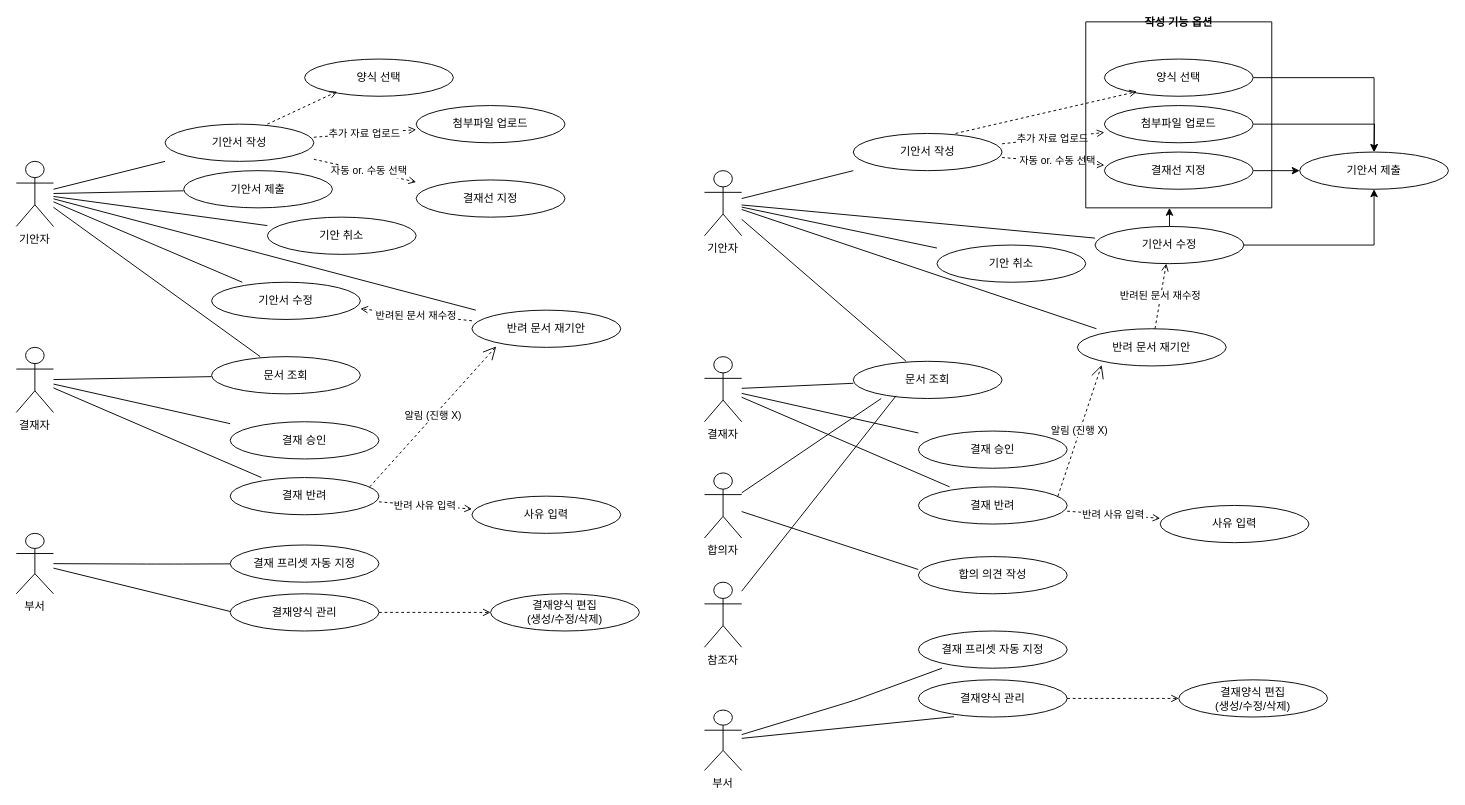
kikii-develope/system_architecture_design keeps this draw.io diagram as approval_useCase.drawio.xml. Above is the earlier version. Source tidied: cells renumbered, new cells numbered last; positions are measured from the earlier drawing's top-left corner, leaving out a move shared by most shapes. Both pictures are drawn from the tidied source at 93%, with x=0, y=0 at pixel (16, 21).
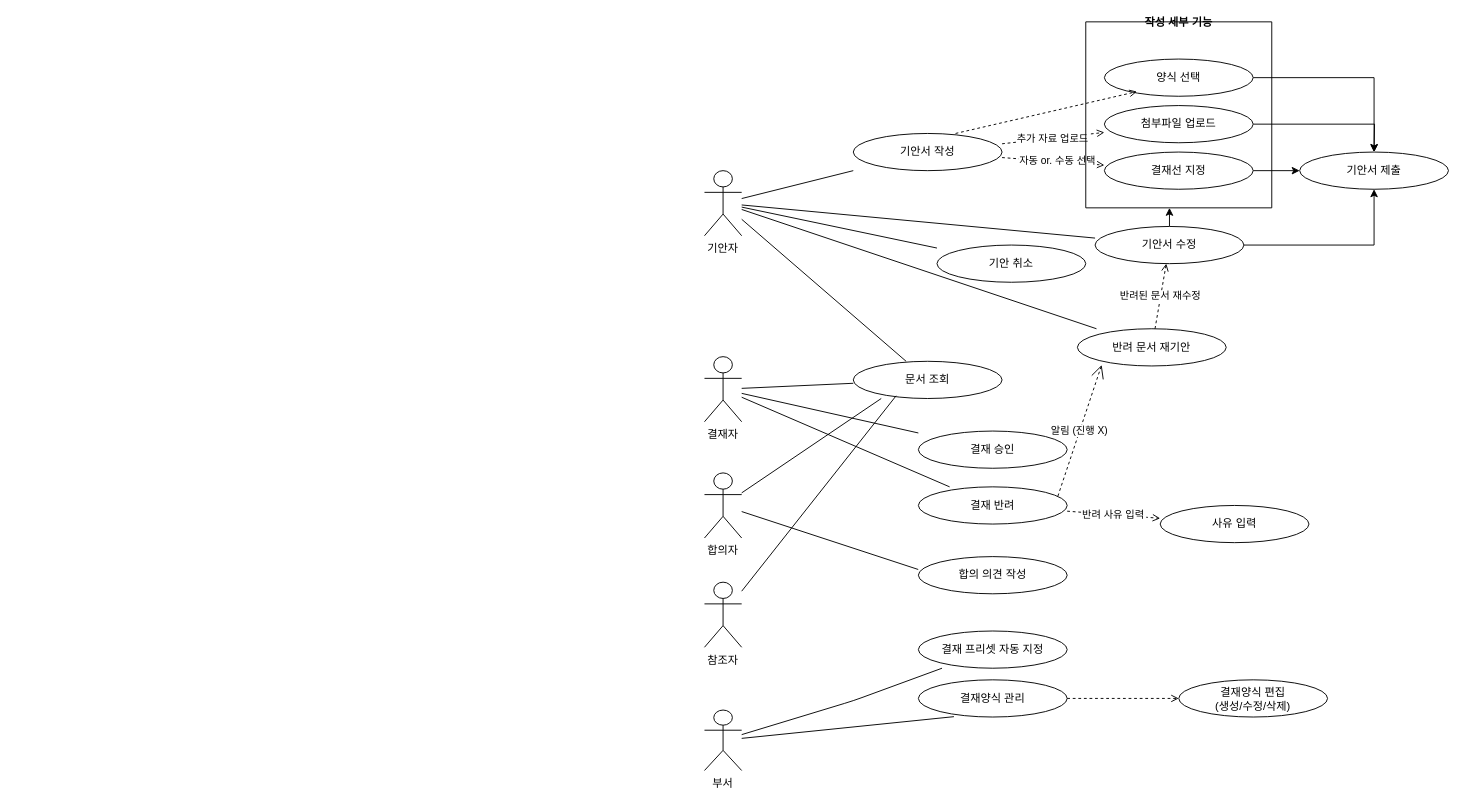
Above is the later version.

Commit message:
컨펌 후 픽스

Diff of the diagram source:
```diff
@@
-    <mxCell id="2" value="기안자" style="shape=umlActor;verticalLabelPosition=bottom;verticalAlign=top;" parent="1" vertex="1">
-      <mxGeometry y="150" width="40" height="70" as="geometry" />
-    </mxCell>
-    <mxCell id="3" value="결재자" style="shape=umlActor;verticalLabelPosition=bottom;verticalAlign=top;" parent="1" vertex="1">
-      <mxGeometry y="350" width="40" height="70" as="geometry" />
-    </mxCell>
-    <mxCell id="4" value="부서" style="shape=umlActor;verticalLabelPosition=bottom;verticalAlign=top;" parent="1" vertex="1">
-      <mxGeometry y="550" width="40" height="65" as="geometry" />
-    </mxCell>
-    <mxCell id="5" value="기안서 작성" style="shape=ellipse;whiteSpace=wrap;html=1;" parent="1" vertex="1">
-      <mxGeometry x="160" y="110" width="160" height="40" as="geometry" />
-    </mxCell>
-    <mxCell id="6" value="첨부파일 업로드" style="shape=ellipse;whiteSpace=wrap;html=1;" parent="1" vertex="1">
-      <mxGeometry x="430" y="90" width="160" height="40" as="geometry" />
-    </mxCell>
-    <mxCell id="7" value="결재선 지정" style="shape=ellipse;whiteSpace=wrap;html=1;" parent="1" vertex="1">
-      <mxGeometry x="430" y="170" width="160" height="40" as="geometry" />
-    </mxCell>
-    <mxCell id="8" value="기안서 제출" style="shape=ellipse;whiteSpace=wrap;html=1;" parent="1" vertex="1">
-      <mxGeometry x="180" y="160" width="160" height="40" as="geometry" />
-    </mxCell>
-    <mxCell id="9" value="문서 조회" style="shape=ellipse;whiteSpace=wrap;html=1;" parent="1" vertex="1">
-      <mxGeometry x="210" y="360" width="160" height="40" as="geometry" />
-    </mxCell>
-    <mxCell id="10" value="기안 취소" style="shape=ellipse;whiteSpace=wrap;html=1;" parent="1" vertex="1">
-      <mxGeometry x="270" y="210" width="160" height="40" as="geometry" />
-    </mxCell>
-    <mxCell id="11" value="기안서 수정" style="shape=ellipse;whiteSpace=wrap;html=1;" parent="1" vertex="1">
-      <mxGeometry x="210" y="280" width="160" height="40" as="geometry" />
-    </mxCell>
-    <mxCell id="12" value="반려 문서 재기안" style="shape=ellipse;whiteSpace=wrap;html=1;" parent="1" vertex="1">
-      <mxGeometry x="490" y="310" width="160" height="40" as="geometry" />
-    </mxCell>
-    <mxCell id="13" value="결재 승인" style="shape=ellipse;whiteSpace=wrap;html=1;" parent="1" vertex="1">
-      <mxGeometry x="230" y="430" width="160" height="40" as="geometry" />
-    </mxCell>
-    <mxCell id="14" value="결재 반려" style="shape=ellipse;whiteSpace=wrap;html=1;" parent="1" vertex="1">
-      <mxGeometry x="230" y="490" width="160" height="40" as="geometry" />
-    </mxCell>
-    <mxCell id="15" value="사유 입력" style="shape=ellipse;whiteSpace=wrap;html=1;" parent="1" vertex="1">
-      <mxGeometry x="490" y="510" width="160" height="40" as="geometry" />
-    </mxCell>
-    <mxCell id="16" value="결재 프리셋 자동 지정" style="shape=ellipse;whiteSpace=wrap;html=1;" parent="1" vertex="1">
-      <mxGeometry x="230" y="562.5" width="160" height="40" as="geometry" />
-    </mxCell>
-    <mxCell id="17" style="endArrow=none;" parent="1" edge="1" source="2" target="5">
-      <mxGeometry relative="1" as="geometry" />
-    </mxCell>
-    <mxCell id="18" style="endArrow=none;" parent="1" edge="1" source="2" target="8">
-      <mxGeometry relative="1" as="geometry" />
-    </mxCell>
-    <mxCell id="19" style="endArrow=none;" parent="1" edge="1" source="2" target="9">
-      <mxGeometry relative="1" as="geometry" />
-    </mxCell>
-    <mxCell id="20" style="endArrow=none;" parent="1" edge="1" source="2" target="10">
-      <mxGeometry relative="1" as="geometry" />
-    </mxCell>
-    <mxCell id="21" style="endArrow=none;" parent="1" edge="1" source="2" target="11">
-      <mxGeometry relative="1" as="geometry" />
-    </mxCell>
-    <mxCell id="22" style="endArrow=none;" parent="1" edge="1" source="2" target="12">
-      <mxGeometry relative="1" as="geometry" />
-    </mxCell>
-    <mxCell id="23" style="endArrow=none;" parent="1" edge="1" source="3" target="13">
-      <mxGeometry relative="1" as="geometry" />
-    </mxCell>
-    <mxCell id="24" style="endArrow=none;" parent="1" edge="1" source="3" target="14">
-      <mxGeometry relative="1" as="geometry" />
-    </mxCell>
-    <mxCell id="25" style="endArrow=none;" parent="1" edge="1" source="3" target="9">
-      <mxGeometry relative="1" as="geometry" />
-    </mxCell>
-    <mxCell id="26" style="endArrow=none;" parent="1" edge="1" source="4" target="16">
-      <mxGeometry relative="1" as="geometry">
-        <Array as="points">
-          <mxPoint x="140" y="583" />
-          <mxPoint x="180" y="583" />
-        </Array>
-      </mxGeometry>
-    </mxCell>
-    <mxCell id="27" value="추가 자료 업로드" style="dashed=1;endArrow=open;" parent="1" edge="1" source="5" target="6">
-      <mxGeometry relative="1" as="geometry" />
-    </mxCell>
-    <mxCell id="28" value="자동 or. 수동 선택" style="dashed=1;endArrow=open;" parent="1" edge="1" source="5" target="7">
-      <mxGeometry x="0.09" y="1" relative="1" as="geometry" />
-    </mxCell>
-    <mxCell id="29" value="반려 사유 입력" style="dashed=1;endArrow=open;" parent="1" edge="1" source="14" target="15">
-      <mxGeometry relative="1" as="geometry" />
-    </mxCell>
-    <mxCell id="30" value="반려된 문서 재수정" style="dashed=1;endArrow=open;" parent="1" edge="1" source="12" target="11">
-      <mxGeometry relative="1" as="geometry" />
-    </mxCell>
-    <mxCell id="31" value="알림 (진행 X)" style="endArrow=open;endSize=12;dashed=1;html=1;rounded=0;entryX=0.163;entryY=0.975;entryDx=0;entryDy=0;entryPerimeter=0;" parent="1" edge="1" target="12">
-      <mxGeometry relative="1" as="geometry">
-        <mxPoint x="380" y="500" as="sourcePoint" />
-      </mxGeometry>
-    </mxCell>
-    <mxCell id="32" value="양식 선택" style="shape=ellipse;whiteSpace=wrap;html=1;" parent="1" vertex="1">
-      <mxGeometry x="310" y="40" width="160" height="40" as="geometry" />
-    </mxCell>
-    <mxCell id="33" style="dashed=1;endArrow=open;entryX=0.219;entryY=0.875;entryDx=0;entryDy=0;entryPerimeter=0;" parent="1" edge="1" target="32">
-      <mxGeometry relative="1" as="geometry">
-        <mxPoint x="270" y="110" as="sourcePoint" />
-      </mxGeometry>
-    </mxCell>
-    <mxCell id="34" value="결재양식 관리" style="shape=ellipse;whiteSpace=wrap;html=1;" parent="1" vertex="1">
-      <mxGeometry x="230" y="615" width="160" height="40" as="geometry" />
-    </mxCell>
-    <mxCell id="35" value="결재양식 편집&lt;br&gt;(생성/수정/삭제)" style="shape=ellipse;whiteSpace=wrap;html=1;" parent="1" vertex="1">
-      <mxGeometry x="510" y="615" width="160" height="40" as="geometry" />
-    </mxCell>
-    <mxCell id="36" style="dashed=1;endArrow=open;entryX=0;entryY=0.5;entryDx=0;entryDy=0;exitX=1;exitY=0.5;exitDx=0;exitDy=0;" parent="1" edge="1" source="34" target="35">
-      <mxGeometry relative="1" as="geometry" />
-    </mxCell>
-    <mxCell id="37" style="endArrow=none;" parent="1" edge="1" source="4">
-      <mxGeometry relative="1" as="geometry">
-        <mxPoint x="230" y="634" as="targetPoint" />
-      </mxGeometry>
-    </mxCell>
@@
-    <mxCell id="78" value="작성 기능 옵션" style="swimlane;startSize=0;" parent="1" vertex="1">
+    <mxCell id="78" value="작성 세부 기능" style="swimlane;startSize=0;" parent="1" vertex="1">
       <mxGeometry x="1150" width="200" height="200" as="geometry" />
     </mxCell>
```
